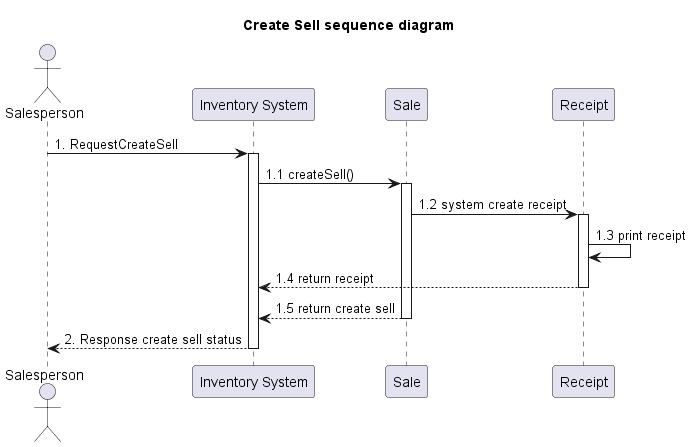
Above: out/system-analysis/sequence/_6_2_sequence-create-sell/_6_2_sequence-create-sell.png in billowdev/inventory-system-plantuml-sequelize-seeder-example (PlantUML), before the change. Source of this version:
```plantuml
@startuml
title Create Sell sequence diagram

actor Salesperson as actorSalesperson
participant "Inventory System" as InventorySystem
participant "Sale" as classSell

participant "Receipt" as classReceipt


actorSalesperson -> InventorySystem: 1. RequestCreateSell
activate InventorySystem

InventorySystem -> classSell: 1.1 createSell()
activate classSell

classSell -> classReceipt : 1.2 system create receipt

activate classReceipt
classReceipt -> classReceipt : 1.3 print receipt


classReceipt --> InventorySystem: 1.4 return receipt
deactivate classReceipt

classSell --> InventorySystem: 1.5 return create sell
deactivate classSell

InventorySystem --> actorSalesperson : 2. Response create sell status

deactivate InventorySystem




@enduml
```
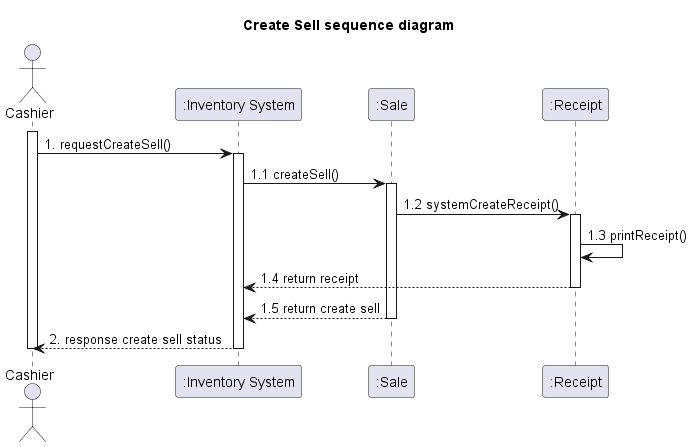
The same diagram one commit later.

Diff of the diagram source:
```diff
@@ -1,23 +1,24 @@
 @startuml
 title Create Sell sequence diagram
 
-actor Salesperson as actorSalesperson
-participant "Inventory System" as InventorySystem
-participant "Sale" as classSell
+actor Cashier as actorCashier
+participant ":Inventory System" as InventorySystem
+participant ":Sale" as classSell
 
-participant "Receipt" as classReceipt
+participant ":Receipt" as classReceipt
 
+activate actorCashier
 
-actorSalesperson -> InventorySystem: 1. RequestCreateSell
+actorCashier -> InventorySystem: 1. requestCreateSell()
 activate InventorySystem
 
 InventorySystem -> classSell: 1.1 createSell()
 activate classSell
 
-classSell -> classReceipt : 1.2 system create receipt
+classSell -> classReceipt : 1.2 systemCreateReceipt()
 
 activate classReceipt
-classReceipt -> classReceipt : 1.3 print receipt
+classReceipt -> classReceipt : 1.3 printReceipt()
 
 
 classReceipt --> InventorySystem: 1.4 return receipt
@@ -26,11 +27,11 @@
 classSell --> InventorySystem: 1.5 return create sell
 deactivate classSell
 
-InventorySystem --> actorSalesperson : 2. Response create sell status
+InventorySystem --> actorCashier : 2. response create sell status
 
 deactivate InventorySystem
 
 
-
+deactivate actorCashier
 
 @enduml
```
